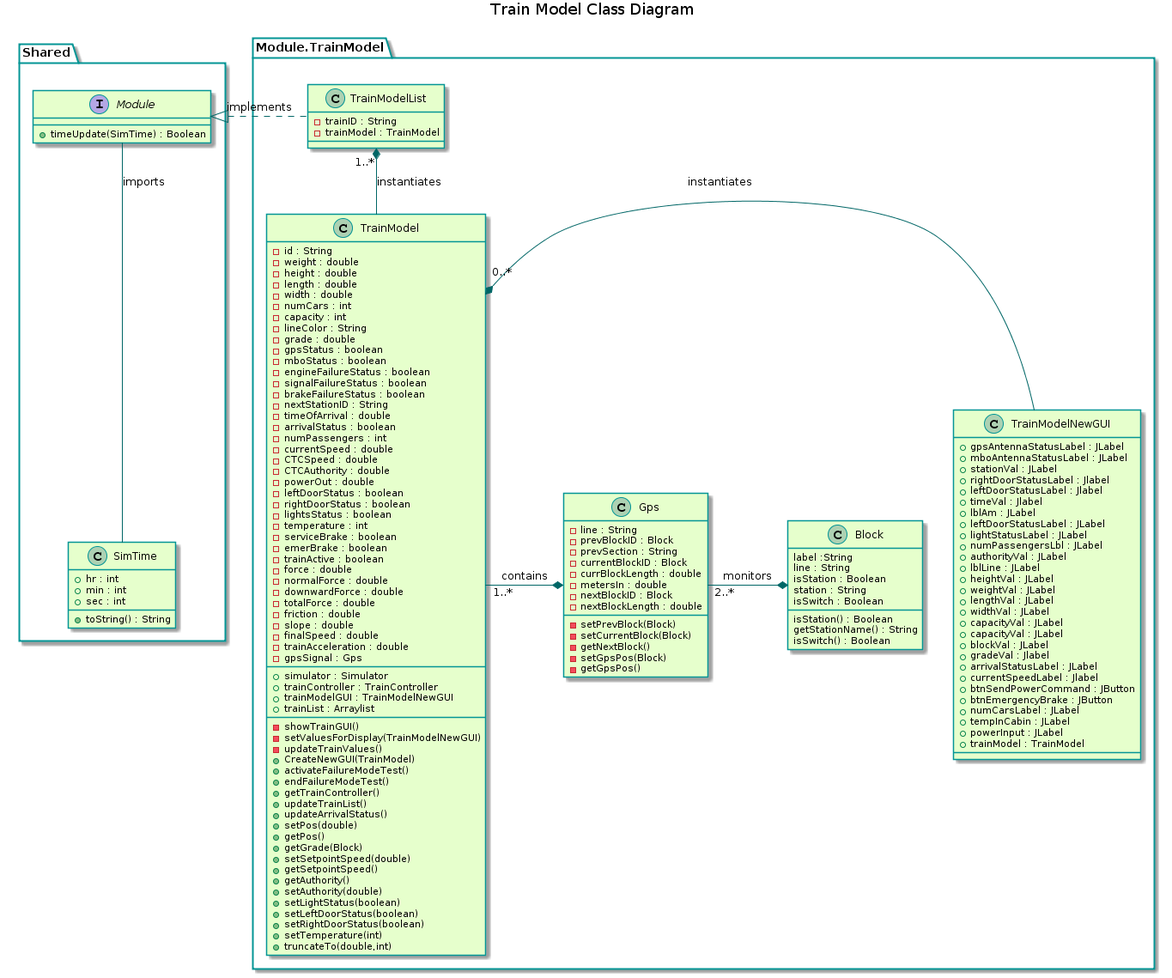
The PlantUML diagram TrainSystem/yUML/Class Diagrams/TrainModelClassDiagram.png in kevingilboy/COE1186, before a commit.
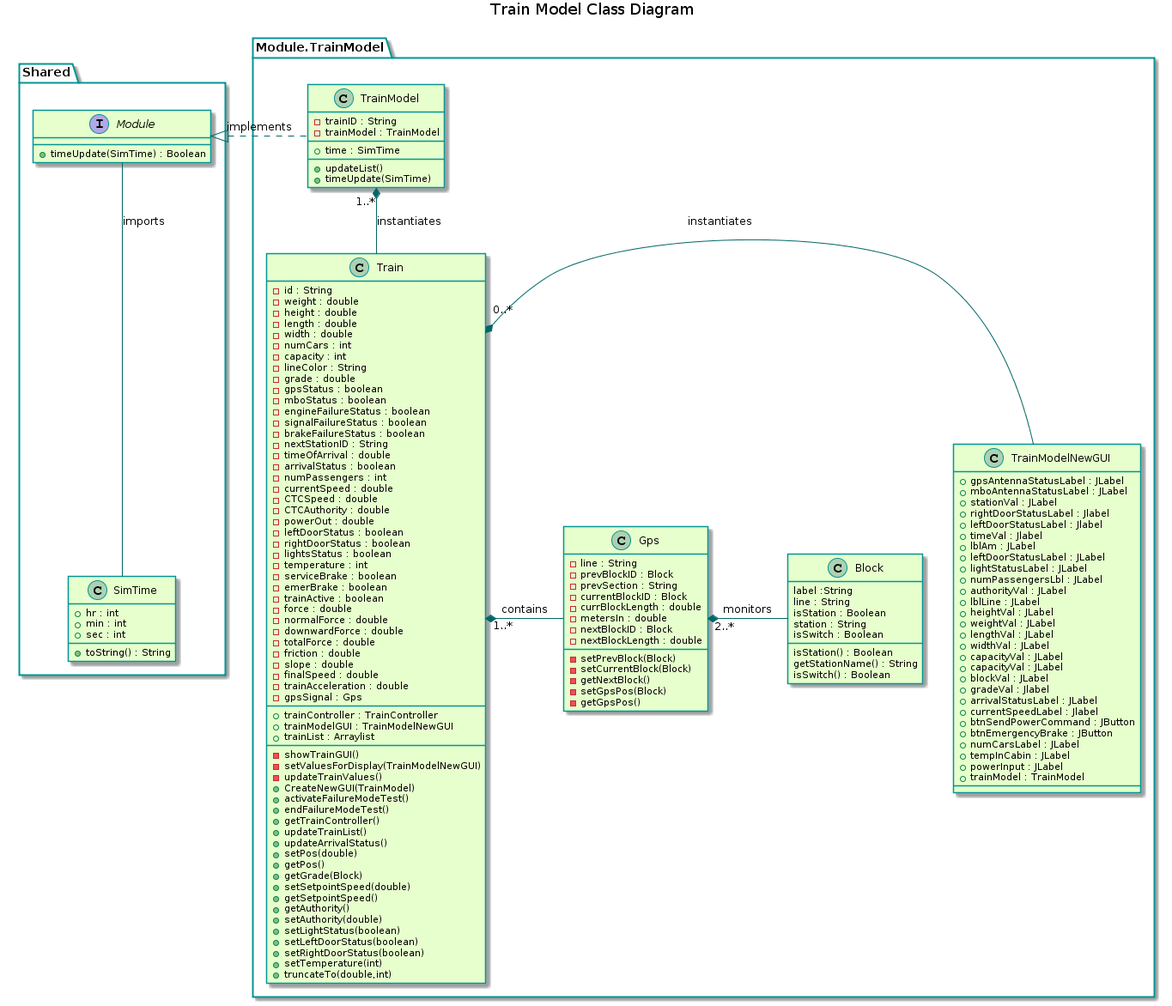
The same file after the commit.

Change to the diagram source:
```diff
@@ -17,12 +17,17 @@
   }
 }
 package Module.TrainModel {
-    class TrainModelList {
+    class TrainModel {
         -trainID : String
         -trainModel : TrainModel
+        __
+        +time : SimTime
+        __
+        +updateList()
+        +timeUpdate(SimTime)
     }
 
-    class TrainModel {
+    class Train {
         -id : String
         -weight : double
         -height : double
@@ -62,7 +67,6 @@
         -trainAcceleration : double
         -gpsSignal : Gps
         __
-        +simulator : Simulator
         +trainController : TrainController
         +trainModelGUI : TrainModelNewGUI
         +trainList : Arraylist
@@ -152,10 +156,11 @@
 
 Module--SimTime : imports
 
-Module <|. TrainModelList : implements
+Module <|. TrainModel : implements
 
-TrainModelList "1..*"*-down- TrainModel : instantiates
-TrainModel "0..*"*- TrainModelNewGUI : instantiates
-TrainModel "1..*"-* Gps : contains
-Gps "2..*"-* Block : monitors
+TrainModel "1..*"*-down- Train : instantiates
+Train "0..*"*- TrainModelNewGUI : instantiates
+Train "1..*"*- Gps : contains
+
+Gps "2..*"*- Block : monitors
 @enduml
```
